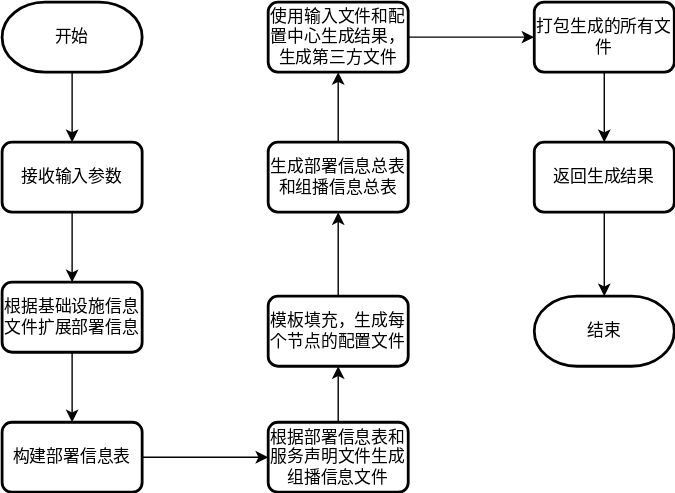
dalgorithm-bastar/configer keeps this draw.io diagram as docs/images/概设/整体流程图.svg. Above is the earlier version. Source tidied: cells renumbered, new cells last; positions are measured from the earlier drawing's top-left corner, leaving out a move shared by most shapes.
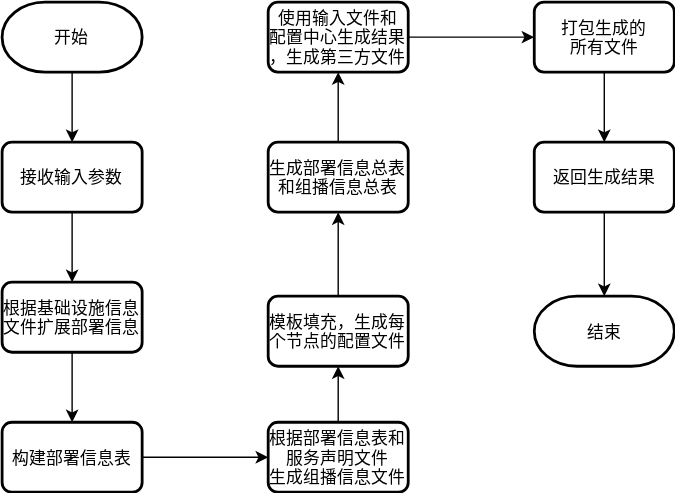
The same diagram one commit later.

Change to the diagram source:
```diff
@@ -2,67 +2,67 @@
   <root>
     <mxCell id="0" />
     <mxCell id="1" parent="0" />
-    <mxCell id="2" style="edgeStyle=none;html=1;entryX=0.5;entryY=0;entryDx=0;entryDy=0;" parent="1" edge="1" source="3" target="5">
+    <mxCell id="2" style="edgeStyle=none;entryX=0.5;entryY=0;entryDx=0;entryDy=0;" parent="1" edge="1" source="3" target="5">
       <mxGeometry relative="1" as="geometry" />
     </mxCell>
-    <mxCell id="3" value="开始" style="strokeWidth=2;html=1;shape=mxgraph.flowchart.terminator;whiteSpace=wrap;" parent="1" vertex="1">
+    <mxCell id="3" value="开始" style="strokeWidth=2;shape=mxgraph.flowchart.terminator;" parent="1" vertex="1">
       <mxGeometry width="100" height="50" as="geometry" />
     </mxCell>
-    <mxCell id="4" style="edgeStyle=none;html=1;entryX=0.5;entryY=0;entryDx=0;entryDy=0;" parent="1" edge="1" source="5" target="7">
+    <mxCell id="4" style="edgeStyle=none;entryX=0.5;entryY=0;entryDx=0;entryDy=0;" parent="1" edge="1" source="5" target="7">
       <mxGeometry relative="1" as="geometry" />
     </mxCell>
-    <mxCell id="5" value="接收输入参数" style="rounded=1;whiteSpace=wrap;html=1;absoluteArcSize=1;arcSize=14;strokeWidth=2;" parent="1" vertex="1">
+    <mxCell id="5" value="接收输入参数" style="rounded=1;absoluteArcSize=1;arcSize=14;strokeWidth=2;" parent="1" vertex="1">
       <mxGeometry y="100" width="100" height="50" as="geometry" />
     </mxCell>
-    <mxCell id="6" style="edgeStyle=none;html=1;entryX=0.5;entryY=0;entryDx=0;entryDy=0;" parent="1" edge="1" source="7" target="9">
+    <mxCell id="6" style="edgeStyle=none;entryX=0.5;entryY=0;entryDx=0;entryDy=0;" parent="1" edge="1" source="7" target="9">
       <mxGeometry relative="1" as="geometry" />
     </mxCell>
-    <mxCell id="7" value="根据基础设施信息文件扩展部署信息" style="rounded=1;whiteSpace=wrap;html=1;absoluteArcSize=1;arcSize=14;strokeWidth=2;" parent="1" vertex="1">
+    <mxCell id="7" value="根据基础设施信息&#10;文件扩展部署信息" style="rounded=1;absoluteArcSize=1;arcSize=14;strokeWidth=2;" parent="1" vertex="1">
       <mxGeometry y="200" width="100" height="50" as="geometry" />
     </mxCell>
-    <mxCell id="8" style="edgeStyle=none;html=1;entryX=0;entryY=0.5;entryDx=0;entryDy=0;" parent="1" edge="1" source="9" target="22">
+    <mxCell id="8" style="edgeStyle=none;entryX=0;entryY=0.5;entryDx=0;entryDy=0;" parent="1" edge="1" source="9" target="22">
       <mxGeometry relative="1" as="geometry" />
     </mxCell>
-    <mxCell id="9" value="构建部署信息表" style="rounded=1;whiteSpace=wrap;html=1;absoluteArcSize=1;arcSize=14;strokeWidth=2;" parent="1" vertex="1">
+    <mxCell id="9" value="构建部署信息表" style="rounded=1;absoluteArcSize=1;arcSize=14;strokeWidth=2;" parent="1" vertex="1">
       <mxGeometry y="300" width="100" height="50" as="geometry" />
     </mxCell>
-    <mxCell id="10" style="edgeStyle=none;html=1;entryX=0.5;entryY=1;entryDx=0;entryDy=0;" parent="1" edge="1" source="11" target="14">
+    <mxCell id="10" style="edgeStyle=none;entryX=0.5;entryY=1;entryDx=0;entryDy=0;" parent="1" edge="1" source="11" target="14">
       <mxGeometry relative="1" as="geometry" />
     </mxCell>
-    <mxCell id="11" value="模板填充，生成每个节点的配置文件" style="rounded=1;whiteSpace=wrap;html=1;absoluteArcSize=1;arcSize=14;strokeWidth=2;" parent="1" vertex="1">
+    <mxCell id="11" value="模板填充，生成每&#10;个节点的配置文件" style="rounded=1;absoluteArcSize=1;arcSize=14;strokeWidth=2;" parent="1" vertex="1">
       <mxGeometry x="190" y="210" width="100" height="50" as="geometry" />
     </mxCell>
-    <mxCell id="12" value="使用输入文件和配置中心生成结果，生成第三方文件" style="rounded=1;whiteSpace=wrap;html=1;absoluteArcSize=1;arcSize=14;strokeWidth=2;" parent="1" vertex="1">
+    <mxCell id="12" value="使用输入文件和&#10;配置中心生成结果&#10;，生成第三方文件" style="rounded=1;absoluteArcSize=1;arcSize=14;strokeWidth=2;" parent="1" vertex="1">
       <mxGeometry x="190" width="100" height="50" as="geometry" />
     </mxCell>
-    <mxCell id="13" style="edgeStyle=none;html=1;entryX=0.5;entryY=1;entryDx=0;entryDy=0;" parent="1" edge="1" source="14" target="12">
+    <mxCell id="13" style="edgeStyle=none;entryX=0.5;entryY=1;entryDx=0;entryDy=0;" parent="1" edge="1" source="14" target="12">
       <mxGeometry relative="1" as="geometry" />
     </mxCell>
-    <mxCell id="14" value="生成部署信息总表和组播信息总表" style="rounded=1;whiteSpace=wrap;html=1;absoluteArcSize=1;arcSize=14;strokeWidth=2;" parent="1" vertex="1">
+    <mxCell id="14" value="生成部署信息总表&#10;和组播信息总表" style="rounded=1;absoluteArcSize=1;arcSize=14;strokeWidth=2;" parent="1" vertex="1">
       <mxGeometry x="190" y="100" width="100" height="50" as="geometry" />
     </mxCell>
-    <mxCell id="15" style="edgeStyle=none;html=1;exitX=1;exitY=0.5;exitDx=0;exitDy=0;entryX=0;entryY=0.5;entryDx=0;entryDy=0;" parent="1" edge="1" source="12" target="17">
+    <mxCell id="15" style="edgeStyle=none;exitX=1;exitY=0.5;exitDx=0;exitDy=0;entryX=0;entryY=0.5;entryDx=0;entryDy=0;" parent="1" edge="1" source="12" target="17">
       <mxGeometry relative="1" as="geometry" />
     </mxCell>
-    <mxCell id="16" style="edgeStyle=none;html=1;entryX=0.5;entryY=0;entryDx=0;entryDy=0;" parent="1" edge="1" source="17" target="19">
+    <mxCell id="16" style="edgeStyle=none;entryX=0.5;entryY=0;entryDx=0;entryDy=0;" parent="1" edge="1" source="17" target="19">
       <mxGeometry relative="1" as="geometry" />
     </mxCell>
-    <mxCell id="17" value="打包生成的所有文件" style="rounded=1;whiteSpace=wrap;html=1;absoluteArcSize=1;arcSize=14;strokeWidth=2;" parent="1" vertex="1">
+    <mxCell id="17" value="打包生成的&#10;所有文件" style="rounded=1;absoluteArcSize=1;arcSize=14;strokeWidth=2;" parent="1" vertex="1">
       <mxGeometry x="380" width="100" height="50" as="geometry" />
     </mxCell>
-    <mxCell id="18" style="edgeStyle=none;html=1;entryX=0.5;entryY=0;entryDx=0;entryDy=0;entryPerimeter=0;" parent="1" edge="1" source="19" target="20">
+    <mxCell id="18" style="edgeStyle=none;entryX=0.5;entryY=0;entryDx=0;entryDy=0;entryPerimeter=0;" parent="1" edge="1" source="19" target="20">
       <mxGeometry relative="1" as="geometry" />
     </mxCell>
-    <mxCell id="19" value="返回生成结果" style="rounded=1;whiteSpace=wrap;html=1;absoluteArcSize=1;arcSize=14;strokeWidth=2;" parent="1" vertex="1">
+    <mxCell id="19" value="返回生成结果" style="rounded=1;absoluteArcSize=1;arcSize=14;strokeWidth=2;" parent="1" vertex="1">
       <mxGeometry x="380" y="100" width="100" height="50" as="geometry" />
     </mxCell>
-    <mxCell id="20" value="结束" style="strokeWidth=2;html=1;shape=mxgraph.flowchart.terminator;whiteSpace=wrap;" parent="1" vertex="1">
+    <mxCell id="20" value="结束" style="strokeWidth=2;shape=mxgraph.flowchart.terminator;" parent="1" vertex="1">
       <mxGeometry x="380" y="210" width="100" height="50" as="geometry" />
     </mxCell>
-    <mxCell id="21" style="edgeStyle=none;html=1;entryX=0.5;entryY=1;entryDx=0;entryDy=0;" parent="1" edge="1" source="22" target="11">
+    <mxCell id="21" style="edgeStyle=none;entryX=0.5;entryY=1;entryDx=0;entryDy=0;" parent="1" edge="1" source="22" target="11">
       <mxGeometry relative="1" as="geometry" />
     </mxCell>
-    <mxCell id="22" value="根据部署信息表和服务声明文件生成组播信息文件" style="rounded=1;whiteSpace=wrap;html=1;absoluteArcSize=1;arcSize=14;strokeWidth=2;" parent="1" vertex="1">
+    <mxCell id="22" value="根据部署信息表和&#10;服务声明文件&#10;生成组播信息文件" style="rounded=1;absoluteArcSize=1;arcSize=14;strokeWidth=2;" parent="1" vertex="1">
       <mxGeometry x="190" y="300" width="100" height="50" as="geometry" />
     </mxCell>
   </root>
```
